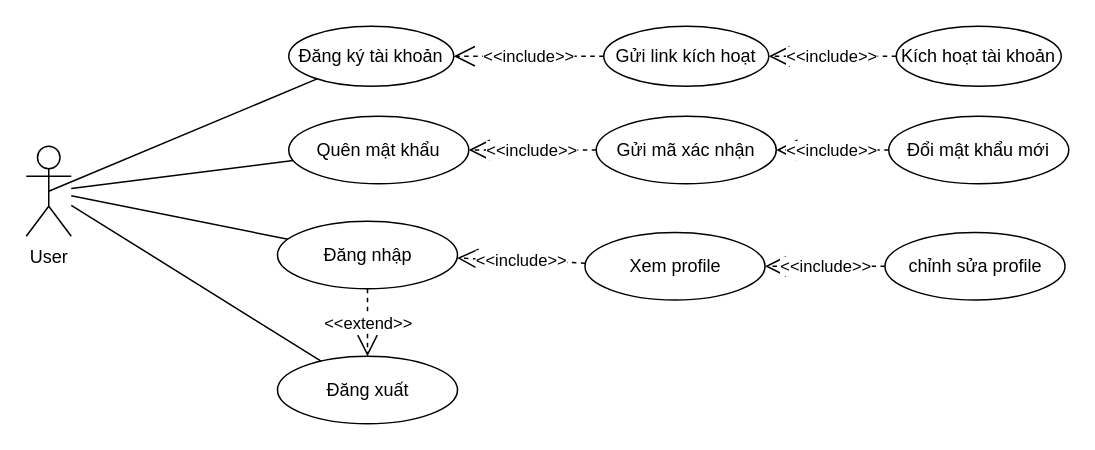
Earlier version of the draw.io diagram BlogProject/BlogProject/UseCaseDangNhapDangKy.drawio (TranThanhHoang123/Blog). Source tidied: cells renumbered, new cells numbered last; positions are measured from the earlier drawing's top-left corner, leaving out a move shared by most shapes. Both pictures are drawn from the tidied source at 150%, with x=0, y=0 at pixel (26, 26).
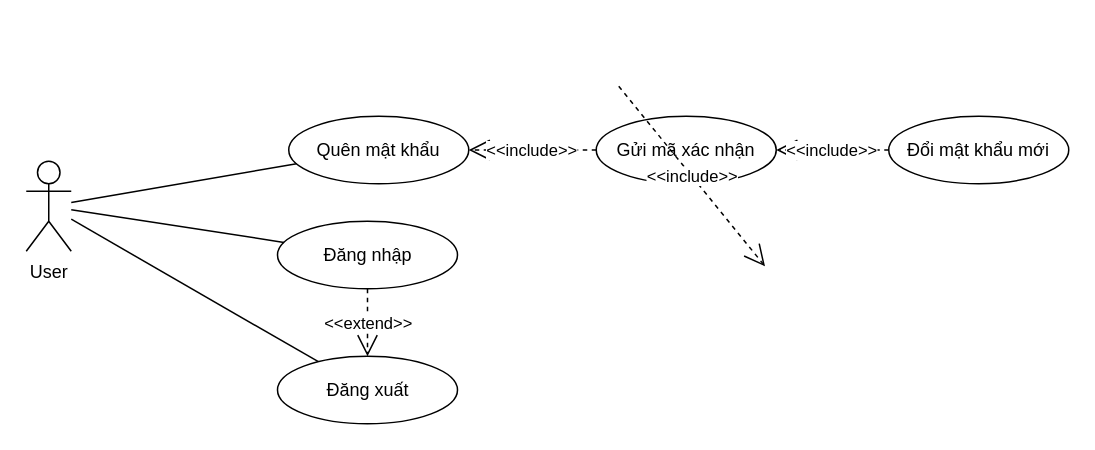
Above is the later version.

Unchanged cells that the change refers to:
```xml
<mxCell id="3" value="Đăng nhập" style="ellipse;whiteSpace=wrap;html=1;" parent="1" vertex="1">
  <mxGeometry x="167.5" y="130" width="120" height="45" as="geometry" />
</mxCell>
```

Diff of the diagram source:
```diff
@@
     <mxCell id="2" value="User" style="shape=umlActor;verticalLabelPosition=bottom;verticalAlign=top;html=1;outlineConnect=0;" parent="1" vertex="1">
-      <mxGeometry y="80" width="30" height="60" as="geometry" />
+      <mxGeometry y="90" width="30" height="60" as="geometry" />
     </mxCell>
@@
-    <mxCell id="4" value="Đăng ký tài khoản" style="ellipse;whiteSpace=wrap;html=1;" parent="1" vertex="1">
-      <mxGeometry x="175" width="110" height="40" as="geometry" />
-    </mxCell>
-    <mxCell id="5" style="endArrow=none;html=1;rounded=0;strokeColor=default;align=center;verticalAlign=middle;fontFamily=Helvetica;fontSize=11;fontColor=default;labelBackgroundColor=default;edgeStyle=none;exitX=0.5;exitY=0.5;exitDx=0;exitDy=0;exitPerimeter=0;" parent="1" edge="1" source="2" target="4">
-      <mxGeometry relative="1" as="geometry" />
-    </mxCell>
@@
-    <mxCell id="7" value="Gửi link kích hoạt" style="ellipse;whiteSpace=wrap;html=1;" parent="1" vertex="1">
-      <mxGeometry x="385" width="110" height="40" as="geometry" />
-    </mxCell>
-    <mxCell id="8" value="Kích hoạt tài khoản" style="ellipse;whiteSpace=wrap;html=1;" parent="1" vertex="1">
-      <mxGeometry x="580" width="110" height="40" as="geometry" />
-    </mxCell>
-    <mxCell id="9" value="&amp;lt;&amp;lt;include&amp;gt;&amp;gt;" style="endArrow=open;endSize=12;dashed=1;html=1;rounded=0;strokeColor=default;align=center;verticalAlign=middle;fontFamily=Helvetica;fontSize=11;fontColor=default;labelBackgroundColor=default;edgeStyle=none;" parent="1" edge="1" source="7" target="4">
-      <mxGeometry relative="1" as="geometry" />
-    </mxCell>
-    <mxCell id="10" value="&amp;lt;&amp;lt;include&amp;gt;&amp;gt;" style="endArrow=open;endSize=12;dashed=1;html=1;rounded=0;strokeColor=default;align=center;verticalAlign=middle;fontFamily=Helvetica;fontSize=11;fontColor=default;labelBackgroundColor=default;edgeStyle=none;" parent="1" edge="1" source="8" target="7">
-      <mxGeometry relative="1" as="geometry" />
-    </mxCell>
@@
-    <mxCell id="20" value="Xem profile" style="ellipse;whiteSpace=wrap;html=1;" parent="1" vertex="1">
-      <mxGeometry x="372.5" y="137.5" width="120" height="45" as="geometry" />
-    </mxCell>
-    <mxCell id="21" value="chỉnh sửa profile" style="ellipse;whiteSpace=wrap;html=1;" parent="1" vertex="1">
-      <mxGeometry x="572.5" y="137.5" width="120" height="45" as="geometry" />
-    </mxCell>
-    <mxCell id="22" value="&amp;lt;&amp;lt;include&amp;gt;&amp;gt;" style="endArrow=open;endSize=12;dashed=1;html=1;rounded=0;strokeColor=default;align=center;verticalAlign=middle;fontFamily=Helvetica;fontSize=11;fontColor=default;labelBackgroundColor=default;edgeStyle=none;" parent="1" edge="1" source="20" target="3">
-      <mxGeometry relative="1" as="geometry" />
-    </mxCell>
-    <mxCell id="23" value="&amp;lt;&amp;lt;include&amp;gt;&amp;gt;" style="endArrow=open;endSize=12;dashed=1;html=1;rounded=0;strokeColor=default;align=center;verticalAlign=middle;fontFamily=Helvetica;fontSize=11;fontColor=default;labelBackgroundColor=default;edgeStyle=none;" parent="1" edge="1" source="21" target="20">
-      <mxGeometry relative="1" as="geometry" />
+    <mxCell id="23" value="&amp;lt;&amp;lt;include&amp;gt;&amp;gt;" style="endArrow=open;endSize=12;dashed=1;html=1;rounded=0;strokeColor=default;align=center;verticalAlign=middle;fontFamily=Helvetica;fontSize=11;fontColor=default;labelBackgroundColor=default;edgeStyle=none;" parent="1" edge="1">
+      <mxGeometry relative="1" as="geometry">
+        <mxPoint x="395" y="40" as="sourcePoint" />
+        <mxPoint x="492.5" y="160" as="targetPoint" />
+      </mxGeometry>
     </mxCell>
```
